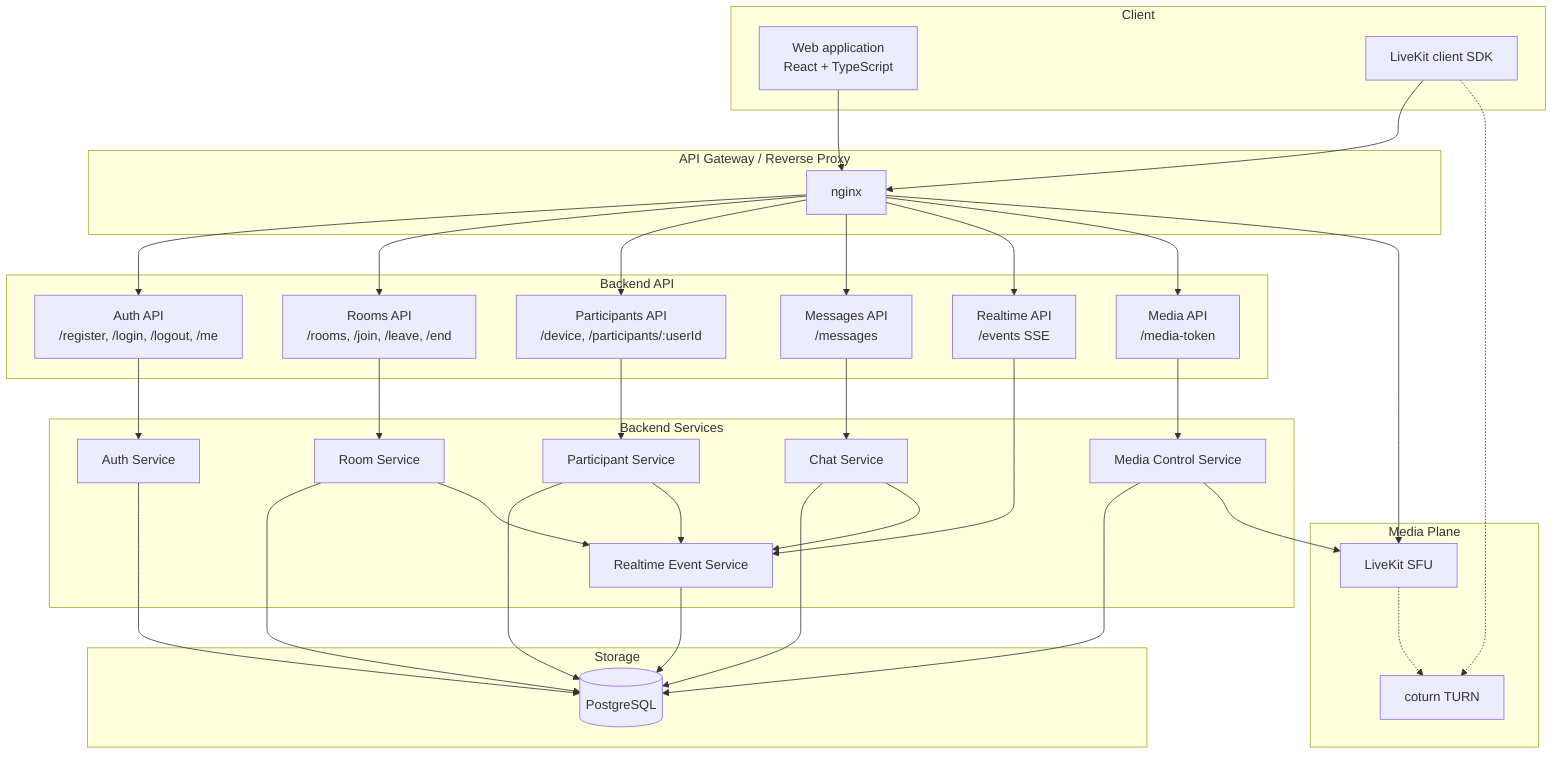
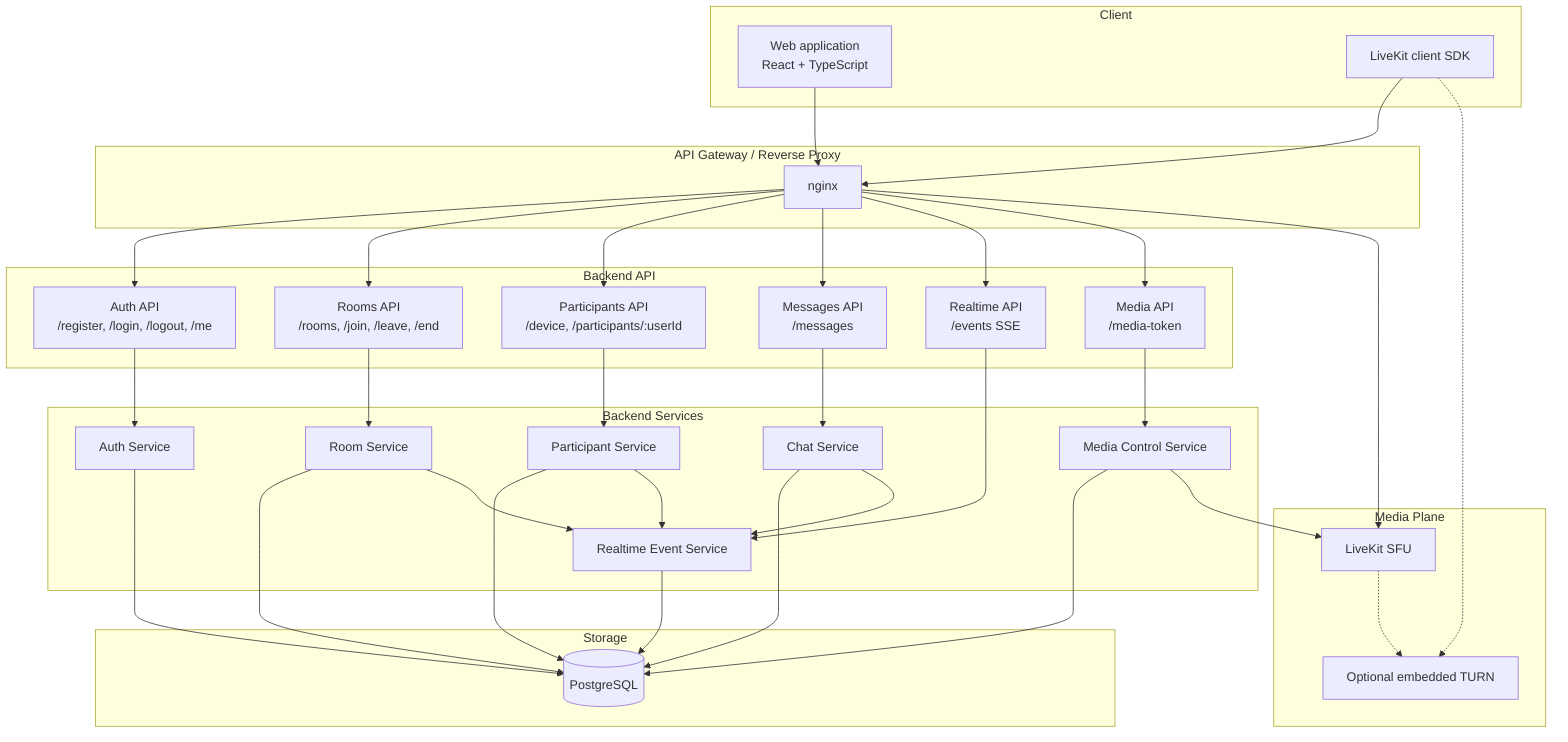
flowchart TB
    subgraph Client["Client"]
        web[Web application\nReact + TypeScript]
        lkClient[LiveKit client SDK]
    end

    subgraph Gateway["API Gateway / Reverse Proxy"]
        nginx[nginx]
    end

    subgraph APIs["Backend API"]
        authApi[Auth API\n/register, /login, /logout, /me]
        roomsApi[Rooms API\n/rooms, /join, /leave, /end]
        participantsApi[Participants API\n/device, /participants/:userId]
        messagesApi[Messages API\n/messages]
        eventsApi[Realtime API\n/events SSE]
        mediaApi[Media API\n/media-token]
    end

    subgraph Services["Backend Services"]
        authService[Auth Service]
        roomService[Room Service]
        participantService[Participant Service]
        chatService[Chat Service]
        realtimeService[Realtime Event Service]
        mediaService[Media Control Service]
    end

    subgraph Media["Media Plane"]
        livekit[LiveKit SFU]
-         coturn[coturn TURN]
+         turn[Optional embedded TURN]
    end

    subgraph Storage["Storage"]
        postgres[(PostgreSQL)]
    end

    web --> nginx
    lkClient --> nginx
-     lkClient -.-> coturn
+     lkClient -.-> turn

    nginx --> authApi
    nginx --> roomsApi
    nginx --> participantsApi
    nginx --> messagesApi
    nginx --> eventsApi
    nginx --> mediaApi
    nginx --> livekit

    authApi --> authService
    roomsApi --> roomService
    participantsApi --> participantService
    messagesApi --> chatService
    eventsApi --> realtimeService
    mediaApi --> mediaService

    authService --> postgres
    roomService --> postgres
    participantService --> postgres
    chatService --> postgres
    realtimeService --> postgres
    mediaService --> postgres

    roomService --> realtimeService
    participantService --> realtimeService
    chatService --> realtimeService

    mediaService --> livekit
-     livekit -.-> coturn
+     livekit -.-> turn
